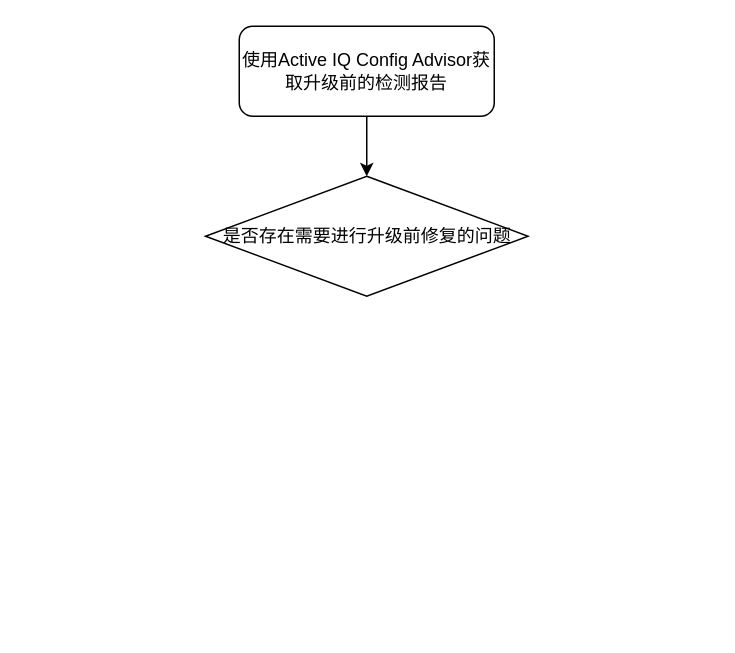
The draw.io diagram NetApp升级流程图.drawio in lrAltas/DrwaIO, before the edit. Source tidied: cells renumbered, new cells numbered last; positions are measured from the earlier drawing's top-left corner, leaving out a move shared by most shapes. Both pictures are drawn from the tidied source at 150%, with x=0, y=0 at pixel (206, 26).
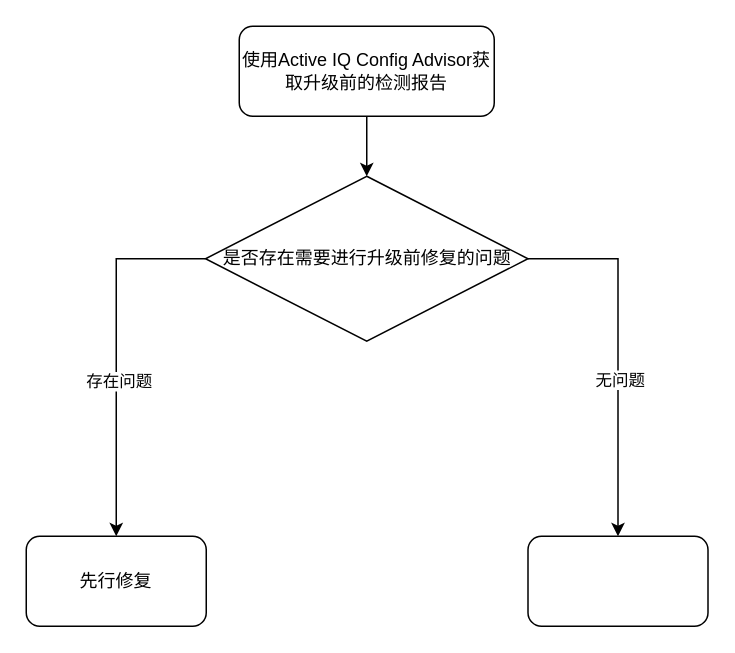
After the change.

Commit message (it also covers changes not shown here):
更新NetApp升级流程图.drawio

Diff of the diagram source:
```diff
@@
 <mxGraphModel>
   <root>
     <mxCell id="0" />
     <mxCell id="1" parent="0" />
     <mxCell id="2" style="edgeStyle=orthogonalEdgeStyle;rounded=0;jettySize=auto;html=1;entryX=0.5;entryY=0;entryDx=0;entryDy=0;" parent="1" edge="1" source="3" target="4">
       <mxGeometry relative="1" as="geometry" />
     </mxCell>
     <mxCell id="3" value="使用Active IQ Config Advisor获取升级前的检测报告" style="rounded=1;whiteSpace=wrap;html=1;" parent="1" vertex="1">
       <mxGeometry x="22" width="170" height="60" as="geometry" />
     </mxCell>
+    <mxCell id="5" style="edgeStyle=orthogonalEdgeStyle;rounded=0;jettySize=auto;html=1;exitX=0;exitY=0.5;exitDx=0;exitDy=0;entryX=0.5;entryY=0;entryDx=0;entryDy=0;" parent="1" edge="1" source="4" target="9">
+      <mxGeometry relative="1" as="geometry" />
+    </mxCell>
+    <mxCell id="6" value="存在问题" style="edgeLabel;html=1;align=center;verticalAlign=middle;" parent="5" vertex="1">
+      <mxGeometry x="0.15" y="1" relative="1" as="geometry" />
+    </mxCell>
+    <mxCell id="7" style="edgeStyle=orthogonalEdgeStyle;rounded=0;jettySize=auto;html=1;exitX=1;exitY=0.5;exitDx=0;exitDy=0;entryX=0.5;entryY=0;entryDx=0;entryDy=0;" parent="1" edge="1" source="4" target="10">
+      <mxGeometry relative="1" as="geometry" />
+    </mxCell>
+    <mxCell id="8" value="无问题" style="edgeLabel;html=1;align=center;verticalAlign=middle;" parent="7" vertex="1">
+      <mxGeometry x="0.14" y="1" relative="1" as="geometry" />
+    </mxCell>
     <mxCell id="4" value="是否存在需要进行升级前修复的问题" style="rhombus;whiteSpace=wrap;html=1;" parent="1" vertex="1">
-      <mxGeometry x="-0.5" y="100" width="215" height="80" as="geometry" />
+      <mxGeometry x="-0.5" y="100" width="215" height="110" as="geometry" />
     </mxCell>
+    <mxCell id="9" value="先行修复" style="rounded=1;whiteSpace=wrap;html=1;" parent="1" vertex="1">
+      <mxGeometry x="-120" y="340" width="120" height="60" as="geometry" />
+    </mxCell>
+    <mxCell id="10" style="rounded=1;whiteSpace=wrap;html=1;" parent="1" vertex="1">
+      <mxGeometry x="214.5" y="340" width="120" height="60" as="geometry" />
+    </mxCell>
   </root>
 </mxGraphModel>
```
